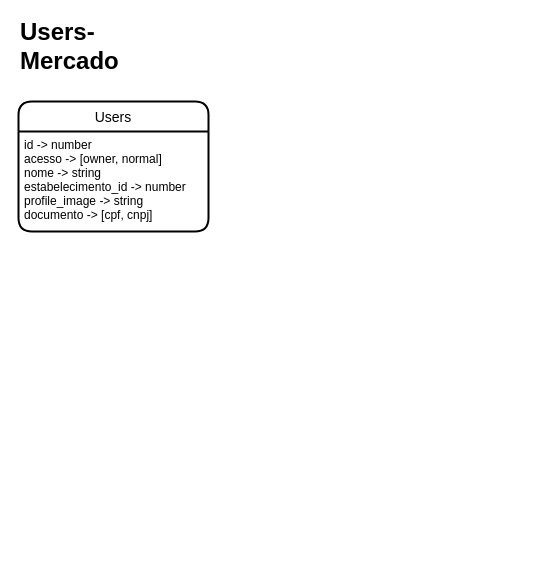
ricardo85x/vod keeps this draw.io diagram as Untitled Diagram.drawio. Above is the earlier version. Source tidied: cells renumbered, new cells numbered last; positions are measured from the earlier drawing's top-left corner, leaving out a move shared by most shapes. Both pictures are drawn from the tidied source at 100%, with x=0, y=0 at pixel (18, 31).
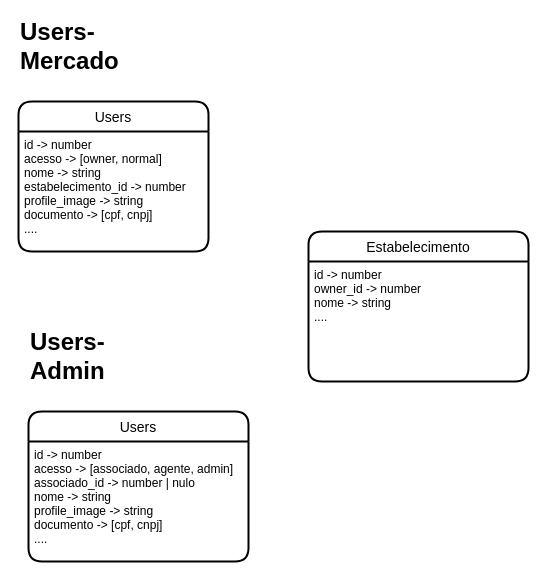
Above is the later version.

Commit message:
feat: users admin

What changed in the source:
```diff
@@
 <mxGraphModel>
   <root>
     <mxCell id="0" />
     <mxCell id="1" parent="0" />
     <mxCell id="2" value="Users-Mercado" style="text;html=1;strokeColor=none;fillColor=none;align=left;verticalAlign=middle;whiteSpace=wrap;rounded=0;fontSize=24;fontStyle=1;" parent="1" vertex="1">
       <mxGeometry width="150" height="30" as="geometry" />
     </mxCell>
     <mxCell id="3" value="Users" style="swimlane;horizontal=1;startSize=30;rounded=1;fontSize=14;fontStyle=0;strokeWidth=2;shadow=0;dashed=0;align=center;" parent="1" vertex="1">
-      <mxGeometry y="70" width="190" height="130" as="geometry" />
+      <mxGeometry y="70" width="190" height="150" as="geometry" />
     </mxCell>
-    <mxCell id="4" value="id -&gt; number&#10;acesso -&gt; [owner, normal]&#10;nome -&gt; string&#10;estabelecimento_id -&gt; number&#10;profile_image -&gt; string&#10;documento -&gt; [cpf, cnpj]" style="align=left;strokeColor=none;fillColor=none;spacingLeft=4;fontSize=12;verticalAlign=top;" parent="3" vertex="1">
-      <mxGeometry y="30" width="190" height="100" as="geometry" />
+    <mxCell id="4" value="id -&gt; number&#10;acesso -&gt; [owner, normal]&#10;nome -&gt; string&#10;estabelecimento_id -&gt; number&#10;profile_image -&gt; string&#10;documento -&gt; [cpf, cnpj]&#10;...." style="align=left;strokeColor=none;fillColor=none;spacingLeft=4;fontSize=12;verticalAlign=top;" parent="3" vertex="1">
+      <mxGeometry y="30" width="190" height="120" as="geometry" />
     </mxCell>
+    <mxCell id="5" value="Users-Admin" style="text;html=1;strokeColor=none;fillColor=none;align=left;verticalAlign=middle;whiteSpace=wrap;rounded=0;fontSize=24;fontStyle=1;" parent="1" vertex="1">
+      <mxGeometry x="10" y="310" width="150" height="30" as="geometry" />
+    </mxCell>
+    <mxCell id="6" value="Users" style="swimlane;horizontal=1;startSize=30;rounded=1;fontSize=14;fontStyle=0;strokeWidth=2;shadow=0;dashed=0;align=center;" parent="1" vertex="1">
+      <mxGeometry x="10" y="380" width="220" height="150" as="geometry" />
+    </mxCell>
+    <mxCell id="7" value="id -&gt; number&#10;acesso -&gt; [associado, agente, admin]&#10;associado_id -&gt; number | nulo&#10;nome -&gt; string&#10;profile_image -&gt; string&#10;documento -&gt; [cpf, cnpj]&#10;...." style="align=left;strokeColor=none;fillColor=none;spacingLeft=4;fontSize=12;verticalAlign=top;" parent="6" vertex="1">
+      <mxGeometry y="30" width="220" height="120" as="geometry" />
+    </mxCell>
+    <mxCell id="8" value="Estabelecimento" style="swimlane;horizontal=1;startSize=30;rounded=1;fontSize=14;fontStyle=0;strokeWidth=2;shadow=0;dashed=0;align=center;" parent="1" vertex="1">
+      <mxGeometry x="290" y="200" width="220" height="150" as="geometry" />
+    </mxCell>
+    <mxCell id="9" value="id -&gt; number&#10;owner_id -&gt; number&#10;nome -&gt; string&#10;...." style="align=left;strokeColor=none;fillColor=none;spacingLeft=4;fontSize=12;verticalAlign=top;" parent="8" vertex="1">
+      <mxGeometry y="30" width="220" height="120" as="geometry" />
+    </mxCell>
   </root>
 </mxGraphModel>
```
